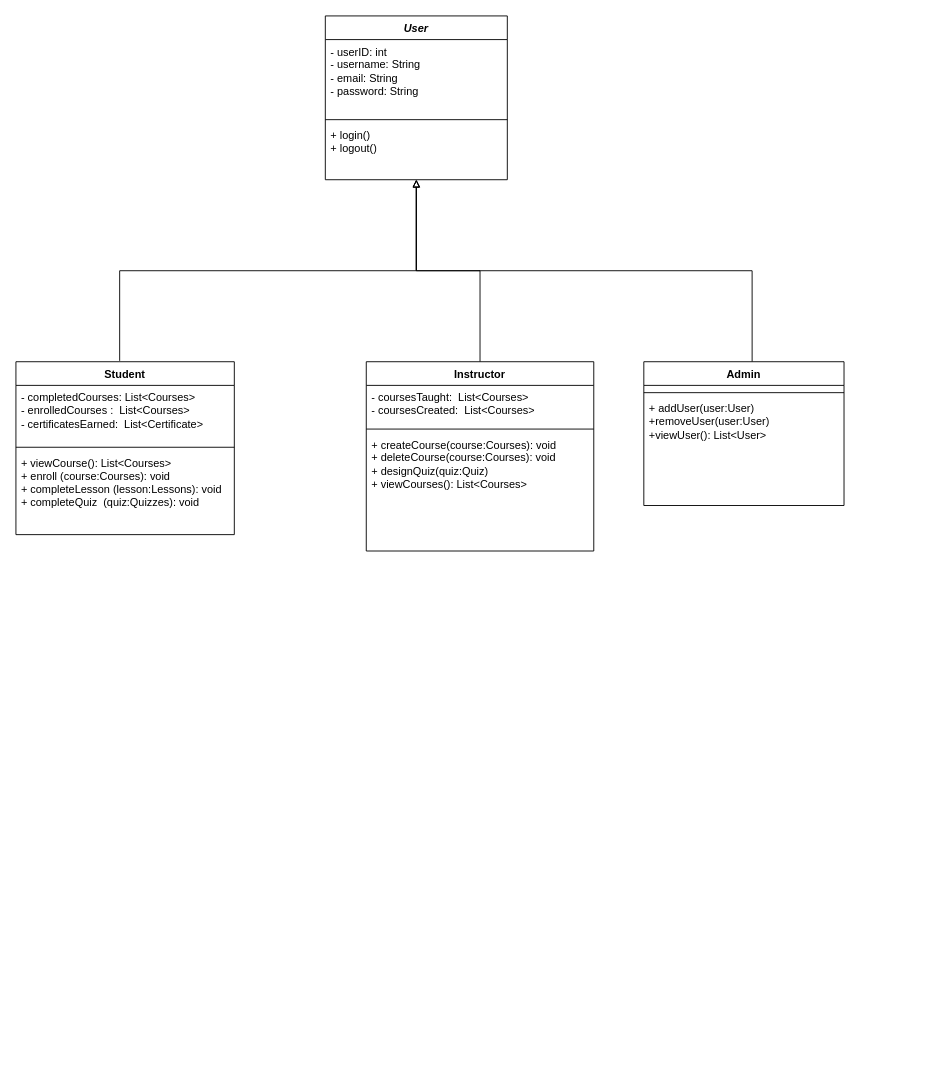
Before: Class_Diagram/Untitled Diagram.drawio in 23010477/Lab6_SkillForge, a draw.io diagram. Source tidied: cells renumbered, new cells numbered last; positions are measured from the earlier drawing's top-left corner, leaving out a move shared by most shapes. Both pictures are drawn from the tidied source at 91%, with x=0, y=0 at pixel (15, 15).
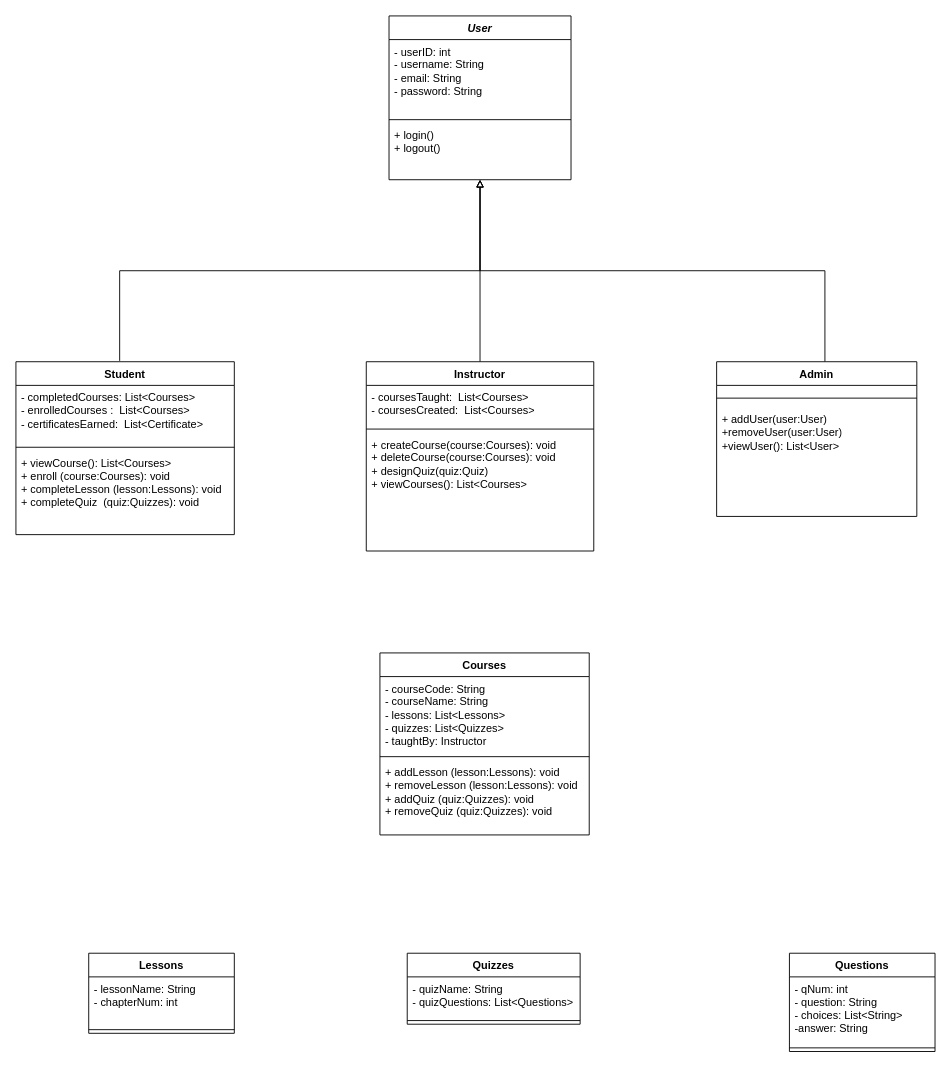
Above is the later version.

Commit message:
Lessons , Quizzes and Questions Classes

The edit, as a diff of the source:
```diff
@@
     <mxCell id="2" value="&lt;i&gt;User&lt;/i&gt;" style="swimlane;fontStyle=1;align=center;verticalAlign=top;horizontal=1;startSize=26;whiteSpace=wrap;html=1;" parent="1" vertex="1">
-      <mxGeometry x="340" width="200" height="180" as="geometry" />
+      <mxGeometry x="410" width="200" height="180" as="geometry" />
     </mxCell>
@@
     <mxCell id="17" value="Admin" style="swimlane;fontStyle=1;align=center;verticalAlign=top;horizontal=1;startSize=26;whiteSpace=wrap;html=1;" parent="1" vertex="1">
-      <mxGeometry x="690" y="380" width="220" height="158" as="geometry" />
+      <mxGeometry x="770" y="380" width="220" height="170" as="geometry" />
     </mxCell>
@@
     <mxCell id="19" style="line;strokeWidth=1;fillColor=none;align=left;verticalAlign=middle;spacingTop=-1;spacingLeft=3;spacingRight=3;labelPosition=right;strokeColor=inherit;" parent="17" vertex="1">
-      <mxGeometry y="30" width="220" height="8" as="geometry" />
+      <mxGeometry y="30" width="220" height="20" as="geometry" />
     </mxCell>
     <mxCell id="20" value="&lt;div&gt;+ addUser(user:User)&lt;/div&gt;&lt;div&gt;+removeUser(user:User)&lt;/div&gt;&lt;div&gt;+viewUser(): List&amp;lt;User&amp;gt;&lt;/div&gt;" style="text;strokeColor=none;fillColor=none;align=left;verticalAlign=top;spacingLeft=4;spacingRight=4;overflow=hidden;whiteSpace=wrap;html=1;" parent="17" vertex="1">
-      <mxGeometry y="38" width="220" height="120" as="geometry" />
+      <mxGeometry y="50" width="220" height="120" as="geometry" />
     </mxCell>
+    <mxCell id="21" value="Courses" style="swimlane;fontStyle=1;align=center;verticalAlign=top;horizontal=1;startSize=26;whiteSpace=wrap;html=1;" parent="1" vertex="1">
+      <mxGeometry x="400" y="700" width="230" height="200" as="geometry" />
+    </mxCell>
+    <mxCell id="22" value="&lt;div&gt;- courseCode: String&lt;/div&gt;&lt;div&gt;- courseName: String&lt;/div&gt;&lt;div&gt;- lessons: List&amp;lt;Lessons&amp;gt;&lt;/div&gt;&lt;div&gt;- quizzes: List&amp;lt;Quizzes&amp;gt;&lt;/div&gt;&lt;div&gt;- taughtBy: Instructor&lt;/div&gt;" style="text;strokeColor=none;fillColor=none;align=left;verticalAlign=top;spacingLeft=4;spacingRight=4;overflow=hidden;whiteSpace=wrap;html=1;" parent="21" vertex="1">
+      <mxGeometry y="26" width="230" height="84" as="geometry" />
+    </mxCell>
+    <mxCell id="23" style="line;strokeWidth=1;fillColor=none;align=left;verticalAlign=middle;spacingTop=-1;spacingLeft=3;spacingRight=3;labelPosition=right;strokeColor=inherit;" parent="21" vertex="1">
+      <mxGeometry y="110" width="230" height="8" as="geometry" />
+    </mxCell>
+    <mxCell id="24" value="&lt;div&gt;+ addLesson (lesson:Lessons): void&lt;/div&gt;&lt;div&gt;+ removeLesson (lesson:Lessons): void&lt;/div&gt;&lt;div&gt;+ addQuiz (quiz:Quizzes): void&lt;/div&gt;&lt;div&gt;+ removeQuiz (quiz:Quizzes): void&lt;/div&gt;" style="text;strokeColor=none;fillColor=none;align=left;verticalAlign=top;spacingLeft=4;spacingRight=4;overflow=hidden;whiteSpace=wrap;html=1;" parent="21" vertex="1">
+      <mxGeometry y="118" width="230" height="82" as="geometry" />
+    </mxCell>
+    <mxCell id="25" value="Lessons" style="swimlane;fontStyle=1;align=center;verticalAlign=top;horizontal=1;startSize=26;whiteSpace=wrap;html=1;" parent="1" vertex="1">
+      <mxGeometry x="80" y="1030" width="160" height="88" as="geometry" />
+    </mxCell>
+    <mxCell id="26" value="&lt;div&gt;- lessonName: String&lt;/div&gt;&lt;div&gt;- chapterNum: int&lt;/div&gt;" style="text;strokeColor=none;fillColor=none;align=left;verticalAlign=top;spacingLeft=4;spacingRight=4;overflow=hidden;whiteSpace=wrap;html=1;" parent="25" vertex="1">
+      <mxGeometry y="26" width="160" height="54" as="geometry" />
+    </mxCell>
+    <mxCell id="27" style="line;strokeWidth=1;fillColor=none;align=left;verticalAlign=middle;spacingTop=-1;spacingLeft=3;spacingRight=3;labelPosition=right;strokeColor=inherit;" parent="25" vertex="1">
+      <mxGeometry y="80" width="160" height="8" as="geometry" />
+    </mxCell>
+    <mxCell id="28" value="Quizzes" style="swimlane;fontStyle=1;align=center;verticalAlign=top;horizontal=1;startSize=26;whiteSpace=wrap;html=1;" parent="1" vertex="1">
+      <mxGeometry x="430" y="1030" width="190" height="78" as="geometry" />
+    </mxCell>
+    <mxCell id="29" value="&lt;div&gt;- quizName: String&lt;/div&gt;&lt;div&gt;- quizQuestions: List&amp;lt;Questions&amp;gt;&lt;/div&gt;&lt;div&gt;&lt;br&gt;&lt;/div&gt;" style="text;strokeColor=none;fillColor=none;align=left;verticalAlign=top;spacingLeft=4;spacingRight=4;overflow=hidden;whiteSpace=wrap;html=1;" parent="28" vertex="1">
+      <mxGeometry y="26" width="190" height="44" as="geometry" />
+    </mxCell>
+    <mxCell id="30" style="line;strokeWidth=1;fillColor=none;align=left;verticalAlign=middle;spacingTop=-1;spacingLeft=3;spacingRight=3;labelPosition=right;strokeColor=inherit;" parent="28" vertex="1">
+      <mxGeometry y="70" width="190" height="8" as="geometry" />
+    </mxCell>
+    <mxCell id="31" value="Questions" style="swimlane;fontStyle=1;align=center;verticalAlign=top;horizontal=1;startSize=26;whiteSpace=wrap;html=1;" parent="1" vertex="1">
+      <mxGeometry x="850" y="1030" width="160" height="108" as="geometry" />
+    </mxCell>
+    <mxCell id="32" value="&lt;div&gt;- qNum: int&lt;/div&gt;&lt;div&gt;- question: String&lt;/div&gt;&lt;div&gt;- choices: List&amp;lt;String&amp;gt;&lt;/div&gt;&lt;div&gt;-answer: String&lt;/div&gt;" style="text;strokeColor=none;fillColor=none;align=left;verticalAlign=top;spacingLeft=4;spacingRight=4;overflow=hidden;whiteSpace=wrap;html=1;" parent="31" vertex="1">
+      <mxGeometry y="26" width="160" height="74" as="geometry" />
+    </mxCell>
+    <mxCell id="33" style="line;strokeWidth=1;fillColor=none;align=left;verticalAlign=middle;spacingTop=-1;spacingLeft=3;spacingRight=3;labelPosition=right;strokeColor=inherit;" parent="31" vertex="1">
+      <mxGeometry y="100" width="160" height="8" as="geometry" />
+    </mxCell>
```
